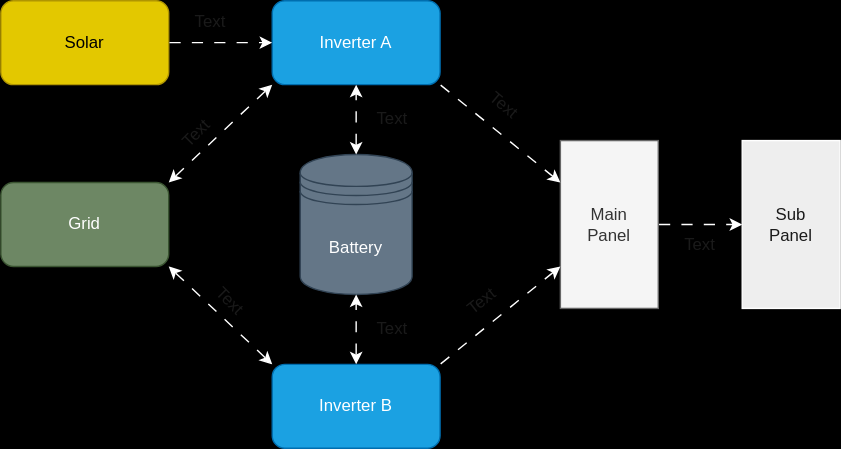
Earlier version of the draw.io export Inverter System.drawio.svg (mattster98/grafana-flow). Source tidied: cells renumbered, new cells last; positions are measured from the earlier drawing's top-left corner, leaving out a move shared by most shapes.
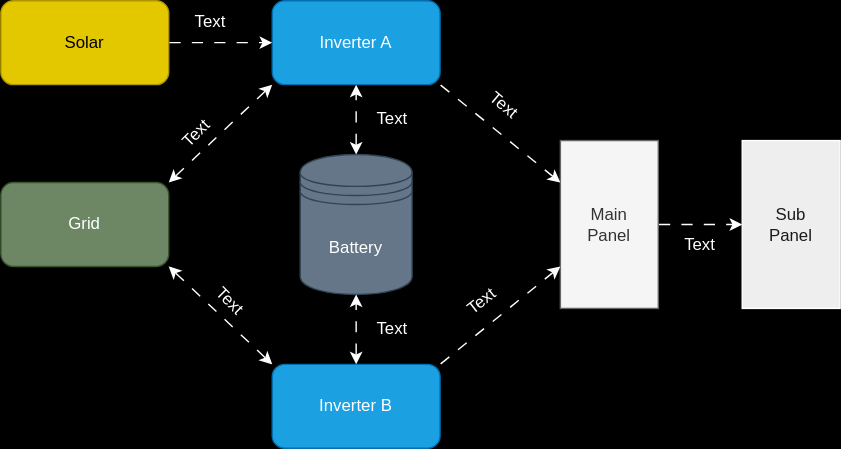
After the change.

Change to the diagram source:
```diff
@@ -47,28 +47,28 @@
     <mxCell id="16" style="endArrow=classic;html=1;rounded=0;entryX=0;entryY=0.5;entryDx=0;entryDy=0;exitX=1;exitY=0.5;exitDx=0;exitDy=0;flowAnimation=1;labelBackgroundColor=none;fontColor=default;strokeColor=#FFFFFF;" parent="1" edge="1" source="12" target="13">
       <mxGeometry relative="1" as="geometry" />
     </mxCell>
-    <mxCell id="17" value="Text" style="text;html=1;align=center;verticalAlign=middle;whiteSpace=wrap;rounded=0;rotation=-45;labelBackgroundColor=none;fontColor=#1A1A1A;" parent="1" vertex="1">
+    <mxCell id="17" value="Text" style="text;html=1;align=center;verticalAlign=middle;whiteSpace=wrap;rounded=0;rotation=-45;labelBackgroundColor=none;fontColor=#FFFFFF;" parent="1" vertex="1">
       <mxGeometry x="110" y="80" width="60" height="30" as="geometry" />
     </mxCell>
-    <mxCell id="18" value="Text" style="text;html=1;align=center;verticalAlign=middle;whiteSpace=wrap;rounded=0;rotation=45;labelBackgroundColor=none;fontColor=#1A1A1A;" parent="1" vertex="1">
+    <mxCell id="18" value="Text" style="text;html=1;align=center;verticalAlign=middle;whiteSpace=wrap;rounded=0;rotation=45;labelBackgroundColor=none;fontColor=#FFFFFF;" parent="1" vertex="1">
       <mxGeometry x="134" y="200" width="60" height="30" as="geometry" />
     </mxCell>
-    <mxCell id="19" value="Text" style="text;html=1;align=center;verticalAlign=middle;whiteSpace=wrap;rounded=0;rotation=0;labelBackgroundColor=none;fontColor=#1A1A1A;" parent="1" vertex="1">
+    <mxCell id="19" value="Text" style="text;html=1;align=center;verticalAlign=middle;whiteSpace=wrap;rounded=0;rotation=0;labelBackgroundColor=none;fontColor=#FFFFFF;" parent="1" vertex="1">
       <mxGeometry x="120" width="60" height="30" as="geometry" />
     </mxCell>
-    <mxCell id="20" value="Text" style="text;html=1;align=center;verticalAlign=middle;whiteSpace=wrap;rounded=0;rotation=0;labelBackgroundColor=none;fontColor=#1A1A1A;" parent="1" vertex="1">
+    <mxCell id="20" value="Text" style="text;html=1;align=center;verticalAlign=middle;whiteSpace=wrap;rounded=0;rotation=0;labelBackgroundColor=none;fontColor=#FFFFFF;" parent="1" vertex="1">
       <mxGeometry x="250" y="70" width="60" height="30" as="geometry" />
     </mxCell>
-    <mxCell id="21" value="Text" style="text;html=1;align=center;verticalAlign=middle;whiteSpace=wrap;rounded=0;rotation=0;labelBackgroundColor=none;fontColor=#1A1A1A;" parent="1" vertex="1">
+    <mxCell id="21" value="Text" style="text;html=1;align=center;verticalAlign=middle;whiteSpace=wrap;rounded=0;rotation=0;labelBackgroundColor=none;fontColor=#FFFFFF;" parent="1" vertex="1">
       <mxGeometry x="250" y="220" width="60" height="30" as="geometry" />
     </mxCell>
-    <mxCell id="22" value="Text" style="text;html=1;align=center;verticalAlign=middle;whiteSpace=wrap;rounded=0;rotation=40;labelBackgroundColor=none;fontColor=#1A1A1A;" parent="1" vertex="1">
+    <mxCell id="22" value="Text" style="text;html=1;align=center;verticalAlign=middle;whiteSpace=wrap;rounded=0;rotation=40;labelBackgroundColor=none;fontColor=#FFFFFF;" parent="1" vertex="1">
       <mxGeometry x="330" y="60" width="60" height="30" as="geometry" />
     </mxCell>
-    <mxCell id="23" value="Text" style="text;html=1;align=center;verticalAlign=middle;whiteSpace=wrap;rounded=0;rotation=-38;labelBackgroundColor=none;fontColor=#1A1A1A;" parent="1" vertex="1">
+    <mxCell id="23" value="Text" style="text;html=1;align=center;verticalAlign=middle;whiteSpace=wrap;rounded=0;rotation=-38;labelBackgroundColor=none;fontColor=#FFFFFF;" parent="1" vertex="1">
       <mxGeometry x="314" y="200" width="60" height="30" as="geometry" />
     </mxCell>
-    <mxCell id="24" value="Text" style="text;html=1;align=center;verticalAlign=middle;whiteSpace=wrap;rounded=0;rotation=0;labelBackgroundColor=none;fontColor=#1A1A1A;" parent="1" vertex="1">
+    <mxCell id="24" value="Text" style="text;html=1;align=center;verticalAlign=middle;whiteSpace=wrap;rounded=0;rotation=0;labelBackgroundColor=none;fontColor=#FFFFFF;" parent="1" vertex="1">
       <mxGeometry x="470" y="160" width="60" height="30" as="geometry" />
     </mxCell>
   </root>
```
